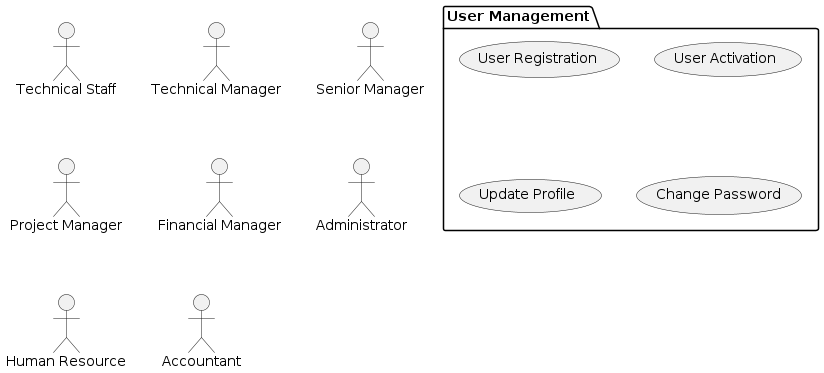
The PlantUML diagram HorizonUml/out/UseCase/UseCaseDiagram/UseCaseDiagram.png in mahyaresteki/Horizon, before a commit.
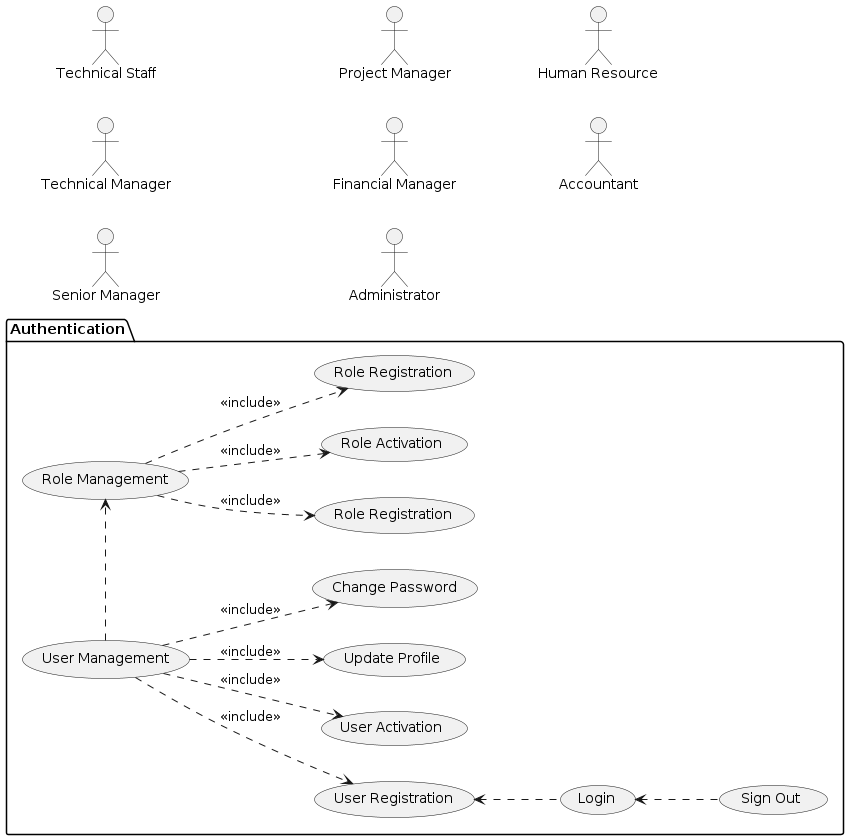
The same file after the commit.

The edit, as a diff of the source:
```diff
@@ -1,4 +1,5 @@
 @startuml
+left to right direction
 
 :Technical Staff: as TechnicalStaff
 :Technical Manager: as TechnicalManager
@@ -9,11 +10,31 @@
 :Human Resource: as HR
 :Accountant: as Accountant
 
-package "User Management"{
+package "Authentication"{
+    usecase "Role Management" as roleManagement
+    usecase "Role Registration" as roleRegistration
+    usecase "Role Registration" as roleUpdate
+    usecase "Role Activation" as roleActivation
+    usecase "User Management" as userManagement
     usecase "User Registration" as userRegistration
     usecase "User Activation" as userActivation
     usecase "Update Profile" as updateProfile
     usecase "Change Password" as changePassword
+    usecase "Login" as login
+    usecase "Sign Out" as signOut
 }
 
+userManagement .> roleManagement
+
+roleManagement ..> roleRegistration : <<include>>
+roleManagement ..> roleUpdate : <<include>>
+roleManagement ..> roleActivation : <<include>>
+userManagement ..> userRegistration :<<include>>
+userManagement ..> userActivation :<<include>>
+userManagement ..> updateProfile :<<include>>
+userManagement ..> changePassword :<<include>>
+
+userRegistration <.. login
+login <.. signOut
+
 @enduml
```
